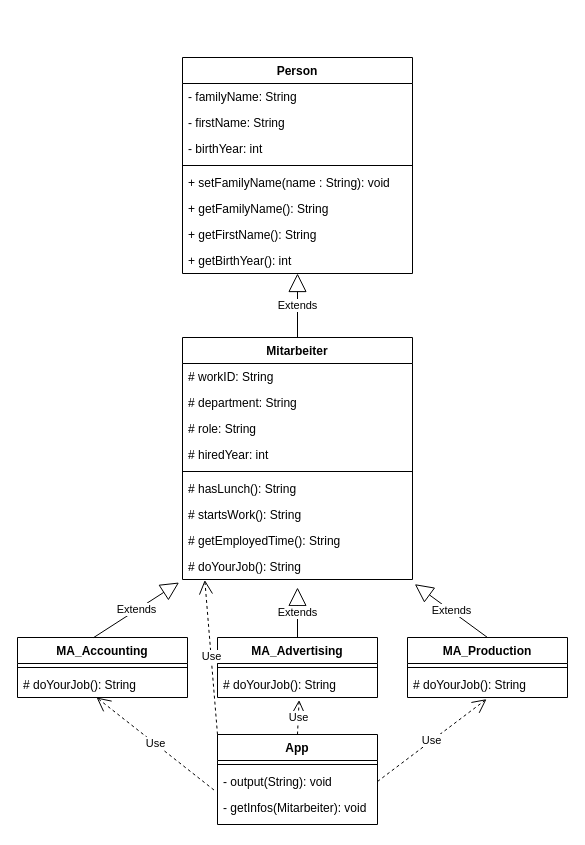
This is page "var_2" (2 of 2) of muster_MA.drawio from 01-OOP-Rekxis/03b_CodeLab_03, a draw.io file, before an edit. Source tidied: cells renumbered, new cells numbered last; positions are measured from the earlier drawing's top-left corner, leaving out a move shared by most shapes. Both pictures are drawn from the tidied source at 100%, with x=0, y=0 at pixel (17, 57).
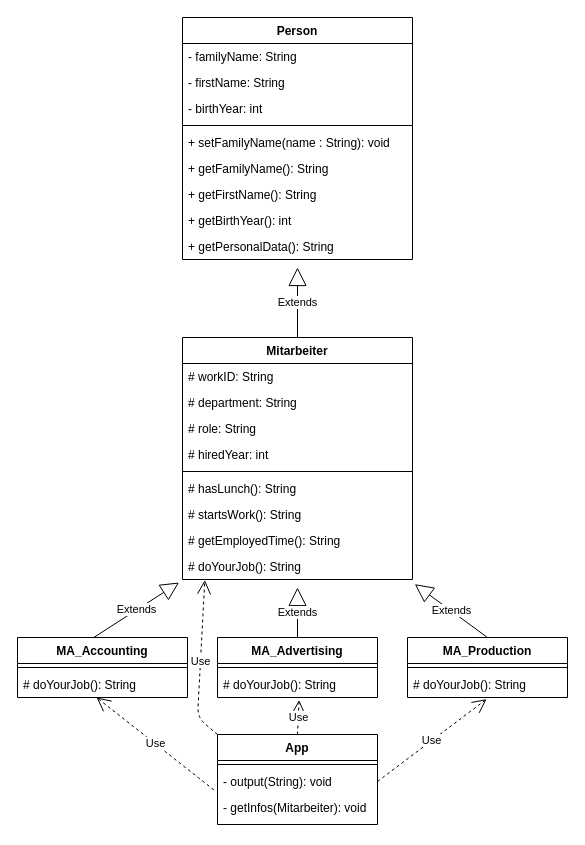
The same diagram, later.

Commit message (it also covers changes not shown here):
added getPersonalData(), updated UML and added a call to the method in App

Unchanged cells that the change refers to:
```xml
<mxCell id="2" value="Mitarbeiter" style="swimlane;fontStyle=1;align=center;verticalAlign=top;horizontal=1;startSize=26;" parent="1" vertex="1">
  <mxGeometry x="165" y="280" width="230" height="242" as="geometry" />
</mxCell>
<mxCell id="11" value="# doYourJob(): String" style="text;strokeColor=none;fillColor=none;align=left;verticalAlign=top;spacingLeft=4;spacingRight=4;overflow=hidden;points=[[0,0.5],[1,0.5]];portConstraint=eastwest;" parent="2" vertex="1">
  <mxGeometry y="216" width="230" height="26" as="geometry" />
</mxCell>
<mxCell id="24" value="App" style="swimlane;fontStyle=1;align=center;verticalAlign=top;horizontal=1;startSize=26;" parent="1" vertex="1">
  <mxGeometry x="200" y="677" width="160" height="90" as="geometry" />
</mxCell>
<mxCell id="36" value="+ getBirthYear(): int" style="text;strokeColor=none;fillColor=none;align=left;verticalAlign=top;spacingLeft=4;spacingRight=4;overflow=hidden;points=[[0,0.5],[1,0.5]];portConstraint=eastwest;" parent="28" vertex="1">
  <mxGeometry y="190" width="230" height="26" as="geometry" />
</mxCell>
```

Change to the diagram source:
```diff
@@
     <mxCell id="28" value="Person" style="swimlane;fontStyle=1;align=center;verticalAlign=top;horizontal=1;startSize=26;" parent="1" vertex="1">
-      <mxGeometry x="165" width="230" height="216" as="geometry" />
+      <mxGeometry x="165" y="-40" width="230" height="242" as="geometry" />
     </mxCell>
@@
+    <mxCell id="42" value="+ getPersonalData(): String" style="text;strokeColor=none;fillColor=none;align=left;verticalAlign=top;spacingLeft=4;spacingRight=4;overflow=hidden;" parent="28" vertex="1">
+      <mxGeometry y="216" width="230" height="26" as="geometry" />
+    </mxCell>
-    <mxCell id="37" value="Extends" style="endArrow=block;endSize=16;endFill=0;html=1;exitX=0.5;exitY=0;exitDx=0;exitDy=0;" parent="1" edge="1" source="2" target="36">
-      <mxGeometry relative="1" as="geometry" />
+    <mxCell id="37" value="Extends" style="endArrow=block;endSize=16;endFill=0;html=1;exitX=0.5;exitY=0;exitDx=0;exitDy=0;" parent="1" edge="1" source="2">
+      <mxGeometry relative="1" as="geometry">
+        <mxPoint x="280" y="210" as="targetPoint" />
+      </mxGeometry>
     </mxCell>
@@
     <mxCell id="41" value="Use" style="endArrow=open;endSize=12;dashed=1;html=1;exitX=0;exitY=0;exitDx=0;exitDy=0;entryX=0.097;entryY=1.02;entryDx=0;entryDy=0;entryPerimeter=0;" parent="1" edge="1" source="24" target="11">
-      <mxGeometry relative="1" as="geometry" />
+      <mxGeometry relative="1" as="geometry">
+        <Array as="points">
+          <mxPoint x="180" y="660" />
+        </Array>
+      </mxGeometry>
     </mxCell>
```
